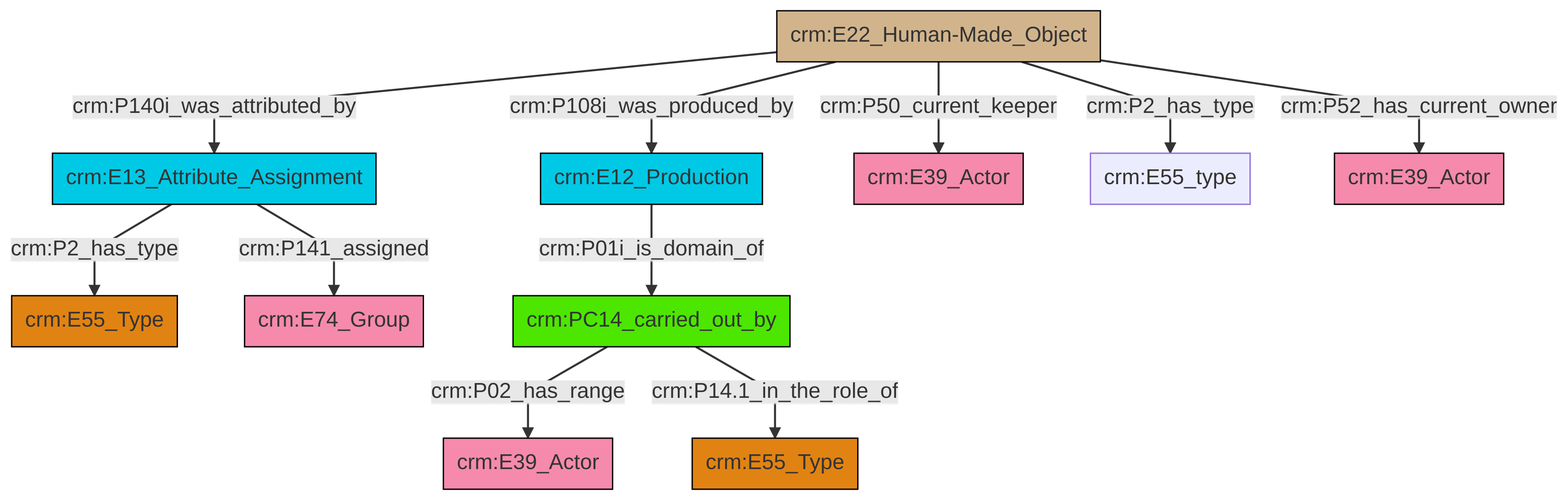
The Mermaid diagram et/artworkCSV/ttl/mmd/png/Artwork_Actor_Relations.png in swiss-art-research-net/reference-data-models, before a commit. Its source is kept beside it as et/artworkCSV/ttl/mmd/Artwork_Actor_Relations.ttl.mmd.
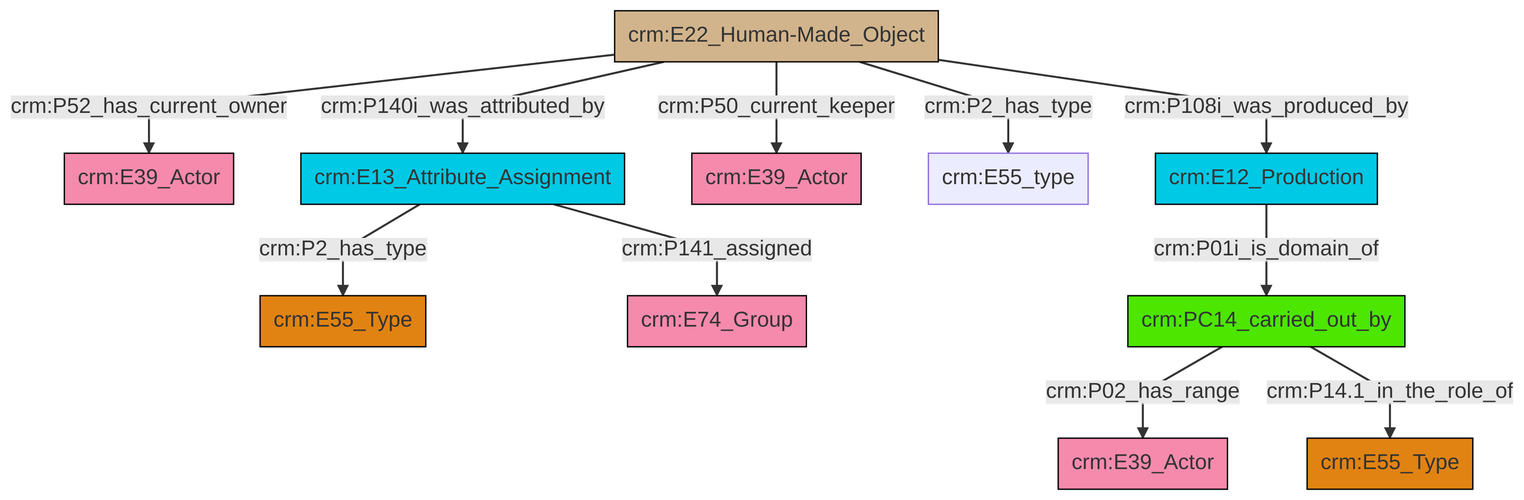
Later version of the same file.

Change to the diagram source:
```diff
@@ -13,13 +13,13 @@
 classDef PC_Classes fill:#4ce600, stroke:#000000;
 classDef Multi fill:#cccccc,stroke:#000000;
 
-4["crm:E12_Production"]:::Temporal_Entity -->|crm:P01i_is_domain_of| 6["crm:PC14_carried_out_by"]:::PC_Classes
-6["crm:PC14_carried_out_by"]:::PC_Classes -->|crm:P02_has_range| 7["crm:E39_Actor"]:::Actor
-8["crm:E22_Human-Made_Object"]:::Physical_Thing -->|crm:P140i_was_attributed_by| 9["crm:E13_Attribute_Assignment"]:::Temporal_Entity
-6["crm:PC14_carried_out_by"]:::PC_Classes -->|crm:P14.1_in_the_role_of| 10["crm:E55_Type"]:::Type
-8["crm:E22_Human-Made_Object"]:::Physical_Thing -->|crm:P50_current_keeper| 12["crm:E39_Actor"]:::Actor
-9["crm:E13_Attribute_Assignment"]:::Temporal_Entity -->|crm:P2_has_type| 0["crm:E55_Type"]:::Type
-9["crm:E13_Attribute_Assignment"]:::Temporal_Entity -->|crm:P141_assigned| 2["crm:E74_Group"]:::Actor
-8["crm:E22_Human-Made_Object"]:::Physical_Thing -->|crm:P108i_was_produced_by| 4["crm:E12_Production"]:::Temporal_Entity
-8["crm:E22_Human-Made_Object"]:::Physical_Thing -->|crm:P2_has_type| 15["crm:E55_type"]:::Default
-8["crm:E22_Human-Made_Object"]:::Physical_Thing -->|crm:P52_has_current_owner| 19["crm:E39_Actor"]:::Actor
+0["crm:E22_Human-Made_Object"]:::Physical_Thing -->|crm:P52_has_current_owner| 1["crm:E39_Actor"]:::Actor
+4["crm:E13_Attribute_Assignment"]:::Temporal_Entity -->|crm:P2_has_type| 5["crm:E55_Type"]:::Type
+0["crm:E22_Human-Made_Object"]:::Physical_Thing -->|crm:P140i_was_attributed_by| 4["crm:E13_Attribute_Assignment"]:::Temporal_Entity
+2["crm:E12_Production"]:::Temporal_Entity -->|crm:P01i_is_domain_of| 8["crm:PC14_carried_out_by"]:::PC_Classes
+0["crm:E22_Human-Made_Object"]:::Physical_Thing -->|crm:P50_current_keeper| 14["crm:E39_Actor"]:::Actor
+4["crm:E13_Attribute_Assignment"]:::Temporal_Entity -->|crm:P141_assigned| 18["crm:E74_Group"]:::Actor
+0["crm:E22_Human-Made_Object"]:::Physical_Thing -->|crm:P2_has_type| 6["crm:E55_type"]:::Default
+0["crm:E22_Human-Made_Object"]:::Physical_Thing -->|crm:P108i_was_produced_by| 2["crm:E12_Production"]:::Temporal_Entity
+8["crm:PC14_carried_out_by"]:::PC_Classes -->|crm:P02_has_range| 11["crm:E39_Actor"]:::Actor
+8["crm:PC14_carried_out_by"]:::PC_Classes -->|crm:P14.1_in_the_role_of| 20["crm:E55_Type"]:::Type
```
